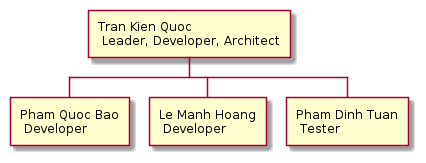
grevyarlesp/HCMUS_SE_Project keeps this PlantUML diagram as pa/pa1/assets/organization.png. Above is the earlier version.
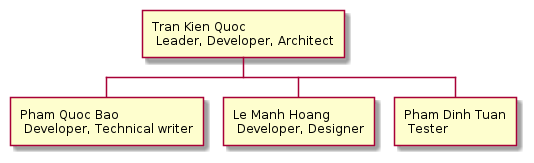
The same file after the commit.

What changed in the source:
```diff
@@ -1,6 +1,6 @@
 @startwbs
 + Tran Kien Quoc\n Leader, Developer, Architect
-++ Pham Quoc Bao\n Developer
-++ Le Manh Hoang\n Developer
+++ Pham Quoc Bao\n Developer, Technical writer
+++ Le Manh Hoang\n Developer, Designer
 ++ Pham Dinh Tuan\n Tester
 @endwbs
```
